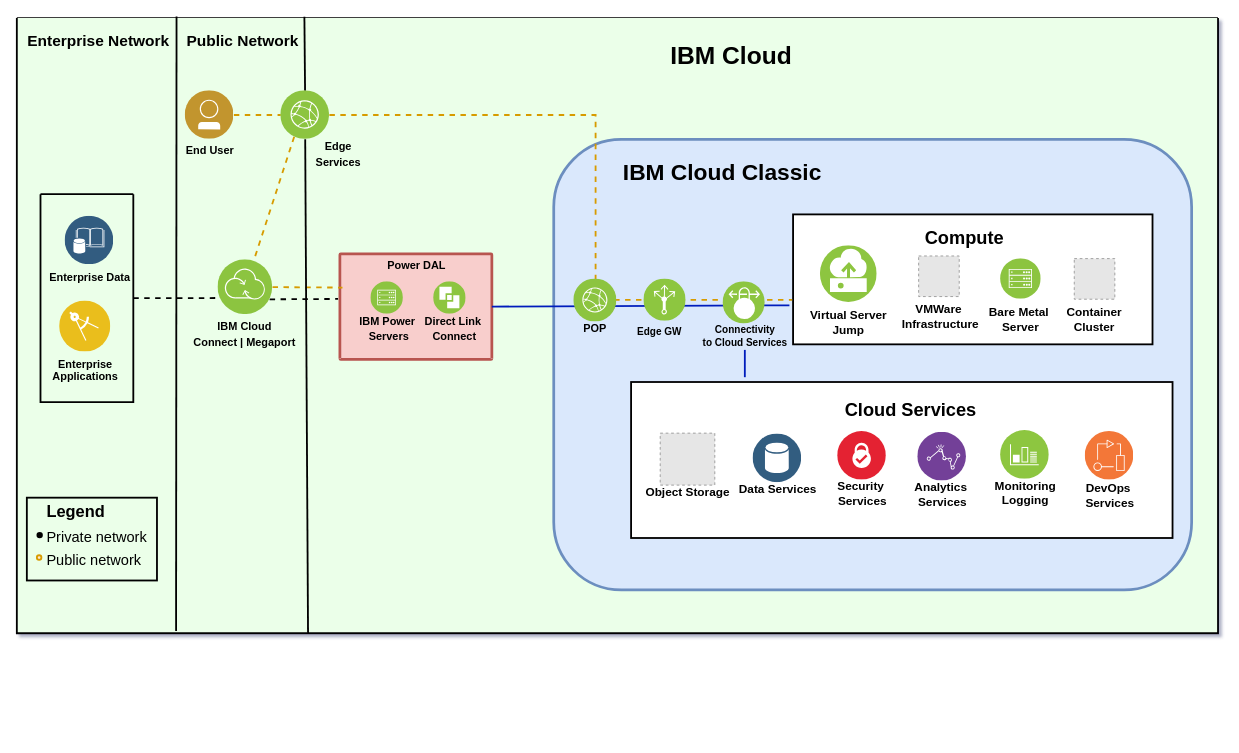
Earlier version of the draw.io diagram page "network-cloud-colo" (4 of 8) of diagrams/power-iaas-diagram-enhanced.drawio (ibm-cloud-docs/power-iaas). Source tidied: cells renumbered, new cells numbered last; positions are measured from the earlier drawing's top-left corner, leaving out a move shared by most shapes. Both pictures are drawn from the tidied source at 91%, with x=0, y=0 at pixel (16, 16). Pictures stored in the file or linked from it are replaced by grey dashed boxes.
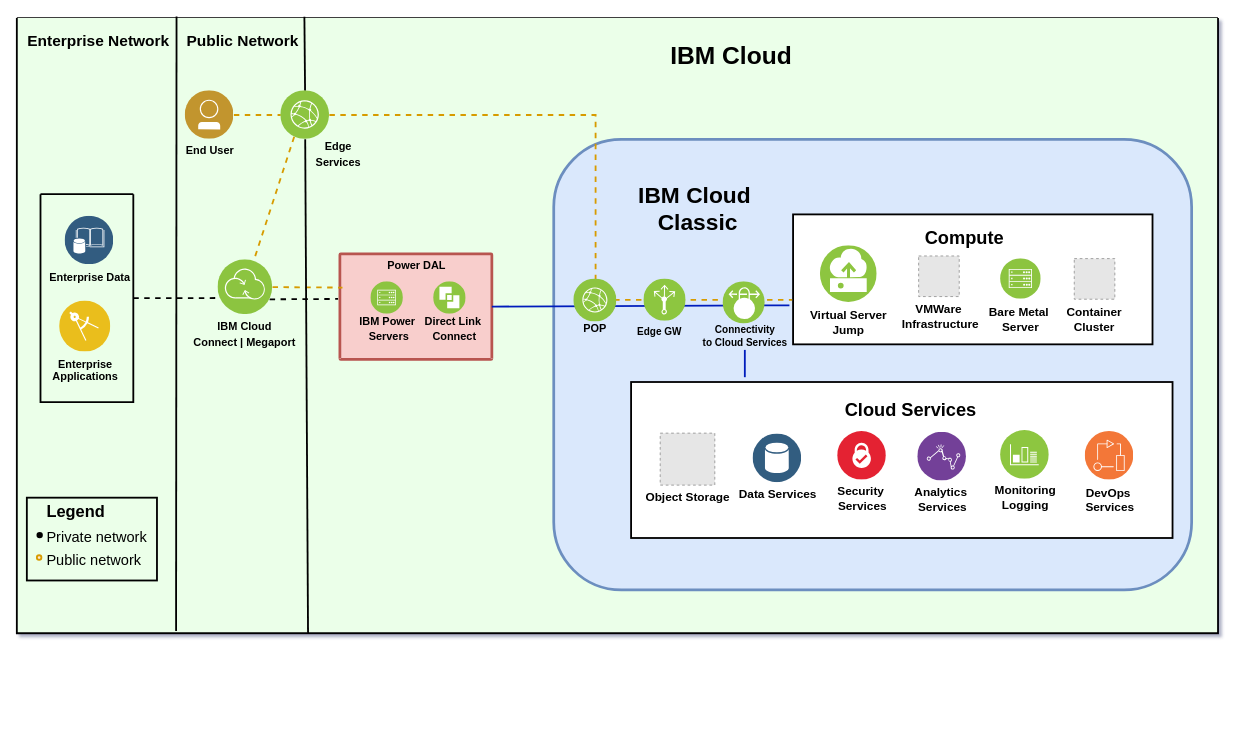
After the change.

The change refers to these unchanged cells:
```xml
<mxCell id="4" style="swimlane;shadow=0;align=right;startSize=0;strokeWidth=2;fontStyle=1;fontSize=10;verticalAlign=top;spacingTop=-6;html=1;labelBackgroundColor=none;swimlaneLine=1;swimlaneFillColor=#EBFFE9;fillColor=none;strokeColor=#000000;fontColor=#000000;" parent="3" vertex="1">
  <mxGeometry y="-28.6" width="1320" height="676" as="geometry" />
</mxCell>
<mxCell id="25" style="group;" parent="4" vertex="1">
  <mxGeometry x="675" y="399.9" width="595" height="171.4" as="geometry" />
</mxCell>
```

What changed in the source:
```diff
@@
-    <mxCell id="10" value="&lt;b style=&quot;font-size: 25px&quot;&gt;IBM Cloud Classic&lt;br&gt;&lt;br&gt;&lt;/b&gt;" style="text;html=1;align=center;verticalAlign=middle;fillColor=none;strokeColor=none;rounded=0;dashed=1;labelBackgroundColor=none;fontSize=25;" parent="4" vertex="1">
-      <mxGeometry x="660" y="149" width="230" height="70" as="geometry" />
+    <mxCell id="10" value="&lt;b style=&quot;font-size: 25px&quot;&gt;IBM Cloud&amp;nbsp;&lt;br&gt;&lt;/b&gt;&lt;b&gt;Classic&lt;/b&gt;&lt;b style=&quot;font-size: 25px&quot;&gt;&lt;br&gt;&lt;br&gt;&lt;/b&gt;" style="text;html=1;align=center;verticalAlign=middle;fillColor=none;strokeColor=none;rounded=0;dashed=1;labelBackgroundColor=none;fontSize=25;" parent="4" vertex="1">
+      <mxGeometry x="677" y="175.1" width="141" height="96" as="geometry" />
     </mxCell>
@@
-    <mxCell id="27" value="&lt;div style=&quot;font-size: 13px&quot;&gt;&lt;font style=&quot;font-size: 13px&quot;&gt;Security&amp;nbsp;&lt;/font&gt;&lt;/div&gt;&lt;div style=&quot;font-size: 13px&quot;&gt;&lt;font style=&quot;font-size: 13px&quot;&gt;Services&lt;/font&gt;&lt;/div&gt;" style="perimeter=ellipsePerimeter;align=center;shadow=0;dashed=0;image;image=img/lib/ibm/blockchain/certificate_authority.svg;labelBackgroundColor=none;strokeColor=#666666;strokeWidth=3;fillColor=#C2952D;gradientColor=none;fontSize=10;fontColor=#000000;labelPosition=center;verticalLabelPosition=bottom;verticalAlign=top;spacing=0;spacingTop=-5;html=1;fontStyle=1;" parent="25" vertex="1">
+    <mxCell id="27" value="&lt;div style=&quot;font-size: 13px&quot;&gt;&lt;font style=&quot;font-size: 13px&quot;&gt;Security&amp;nbsp;&lt;/font&gt;&lt;/div&gt;&lt;div style=&quot;font-size: 13px&quot;&gt;&lt;font style=&quot;font-size: 13px&quot;&gt;Services&lt;/font&gt;&lt;/div&gt;" style="perimeter=ellipsePerimeter;align=center;shadow=0;dashed=0;image;image=img/lib/ibm/blockchain/certificate_authority.svg;labelBackgroundColor=none;strokeColor=#666666;strokeWidth=3;fillColor=#C2952D;gradientColor=none;fontSize=10;fontColor=#000000;labelPosition=center;verticalLabelPosition=bottom;verticalAlign=top;spacing=0;spacingTop=0;html=1;fontStyle=1;" parent="25" vertex="1">
       <mxGeometry x="227" y="54.3" width="53.5" height="53.5" as="geometry" />
     </mxCell>
-    <mxCell id="28" value="&lt;div&gt;&lt;font style=&quot;font-size: 13px&quot;&gt;Analytics&amp;nbsp;&lt;/font&gt;&lt;/div&gt;&lt;div&gt;&lt;font style=&quot;font-size: 13px&quot;&gt;Services&lt;/font&gt;&lt;/div&gt;" style="perimeter=ellipsePerimeter;align=center;shadow=0;dashed=0;image;image=img/lib/ibm/analytics/analytics.svg;labelBackgroundColor=none;strokeColor=#666666;strokeWidth=2;fillColor=#C2952D;gradientColor=none;fontSize=10;fontColor=#000000;spacingTop=-5;spacing=0;html=1;fontStyle=1;" parent="25" vertex="1">
+    <mxCell id="28" value="&lt;div&gt;&lt;font style=&quot;font-size: 13px&quot;&gt;Analytics&amp;nbsp;&lt;/font&gt;&lt;/div&gt;&lt;div&gt;&lt;font style=&quot;font-size: 13px&quot;&gt;Services&lt;/font&gt;&lt;/div&gt;" style="perimeter=ellipsePerimeter;align=center;shadow=0;dashed=0;image;image=img/lib/ibm/analytics/analytics.svg;labelBackgroundColor=none;strokeColor=#666666;strokeWidth=2;fillColor=#C2952D;gradientColor=none;fontSize=10;fontColor=#000000;spacingTop=0;spacing=0;html=1;fontStyle=1;" parent="25" vertex="1">
       <mxGeometry x="315" y="55.2" width="53.5" height="53.5" as="geometry" />
     </mxCell>
-    <mxCell id="29" value="&lt;div style=&quot;font-size: 13px&quot;&gt;&lt;font style=&quot;font-size: 13px&quot;&gt;Monitoring&lt;/font&gt;&lt;/div&gt;&lt;div style=&quot;font-size: 13px&quot;&gt;&lt;font style=&quot;font-size: 13px&quot;&gt;Logging&lt;/font&gt;&lt;/div&gt;" style="perimeter=ellipsePerimeter;align=center;shadow=0;dashed=0;image;image=img/lib/ibm/infrastructure/monitoring_logging.svg;strokeWidth=1;fillColor=#4378BB;fontColor=#000000;spacing=0;spacingTop=-5;fontSize=10;html=1;labelBackgroundColor=none;fontStyle=1;" parent="25" vertex="1">
+    <mxCell id="29" value="&lt;div style=&quot;font-size: 13px&quot;&gt;&lt;font style=&quot;font-size: 13px&quot;&gt;Monitoring&lt;/font&gt;&lt;/div&gt;&lt;div style=&quot;font-size: 13px&quot;&gt;&lt;font style=&quot;font-size: 13px&quot;&gt;Logging&lt;/font&gt;&lt;/div&gt;" style="perimeter=ellipsePerimeter;align=center;shadow=0;dashed=0;image;image=img/lib/ibm/infrastructure/monitoring_logging.svg;strokeWidth=1;fillColor=#4378BB;fontColor=#000000;spacing=0;spacingTop=0;fontSize=10;html=1;labelBackgroundColor=none;fontStyle=1;" parent="25" vertex="1">
       <mxGeometry x="406" y="53.3" width="53.5" height="53.5" as="geometry" />
     </mxCell>
-    <mxCell id="30" value="&lt;div style=&quot;font-size: 13px&quot;&gt;&lt;font style=&quot;font-size: 13px&quot;&gt;DevOps&amp;nbsp;&lt;/font&gt;&lt;/div&gt;&lt;div style=&quot;font-size: 13px&quot;&gt;&lt;font style=&quot;font-size: 13px&quot;&gt;Services&lt;/font&gt;&lt;/div&gt;" style="perimeter=ellipsePerimeter;align=center;shadow=0;dashed=0;fontColor=#000000;labelBackgroundColor=none;fontSize=10;spacingTop=-5;image;image=img/lib/ibm/devops/devops.svg;html=1;fontStyle=1;" parent="25" vertex="1">
+    <mxCell id="30" value="&lt;div style=&quot;font-size: 13px&quot;&gt;&lt;font style=&quot;font-size: 13px&quot;&gt;DevOps&amp;nbsp;&lt;/font&gt;&lt;/div&gt;&lt;div style=&quot;font-size: 13px&quot;&gt;&lt;font style=&quot;font-size: 13px&quot;&gt;Services&lt;/font&gt;&lt;/div&gt;" style="perimeter=ellipsePerimeter;align=center;shadow=0;dashed=0;fontColor=#000000;labelBackgroundColor=none;fontSize=10;spacingTop=0;image;image=img/lib/ibm/devops/devops.svg;html=1;fontStyle=1;" parent="25" vertex="1">
       <mxGeometry x="499" y="54.3" width="53.5" height="53.5" as="geometry" />
     </mxCell>
-    <mxCell id="31" value="&lt;div&gt;&lt;font style=&quot;font-size: 13px&quot;&gt;Data Services&lt;/font&gt;&lt;/div&gt;" style="perimeter=ellipsePerimeter;align=center;shadow=0;dashed=0;image;image=img/lib/ibm/data/data_services.svg;labelBackgroundColor=none;strokeColor=#666666;strokeWidth=2;fillColor=#C2952D;gradientColor=none;fontSize=10;fontColor=#000000;spacingTop=-5;spacing=0;html=1;fontStyle=1;" parent="25" vertex="1">
+    <mxCell id="31" value="&lt;div&gt;&lt;font style=&quot;font-size: 13px&quot;&gt;Data Services&lt;/font&gt;&lt;/div&gt;" style="perimeter=ellipsePerimeter;align=center;shadow=0;dashed=0;image;image=img/lib/ibm/data/data_services.svg;labelBackgroundColor=none;strokeColor=#666666;strokeWidth=2;fillColor=#C2952D;gradientColor=none;fontSize=10;fontColor=#000000;spacingTop=0;spacing=0;html=1;fontStyle=1;" parent="25" vertex="1">
       <mxGeometry x="134" y="57.1" width="53.5" height="53.5" as="geometry" />
     </mxCell>
-    <mxCell id="32" value="&lt;font style=&quot;font-size: 13px&quot;&gt;Object Storage&lt;/font&gt;" style="fillColor=#E6E6E6;strokeColor=#999999;dashed=1;verticalLabelPosition=bottom;verticalAlign=top;fontColor=#000000;spacing=0;spacingTop=-5;fontSize=10;html=1;labelBackgroundColor=none;fontStyle=1;" parent="25" vertex="1">
+    <mxCell id="32" value="&lt;font style=&quot;font-size: 13px&quot;&gt;Object Storage&lt;/font&gt;" style="fillColor=#E6E6E6;strokeColor=#999999;dashed=1;verticalLabelPosition=bottom;verticalAlign=top;fontColor=#000000;spacing=0;spacingTop=0;fontSize=10;html=1;labelBackgroundColor=none;fontStyle=1;spacingBottom=0;" parent="25" vertex="1">
       <mxGeometry x="32" y="56.2" width="60" height="57.1" as="geometry" />
     </mxCell>
```
